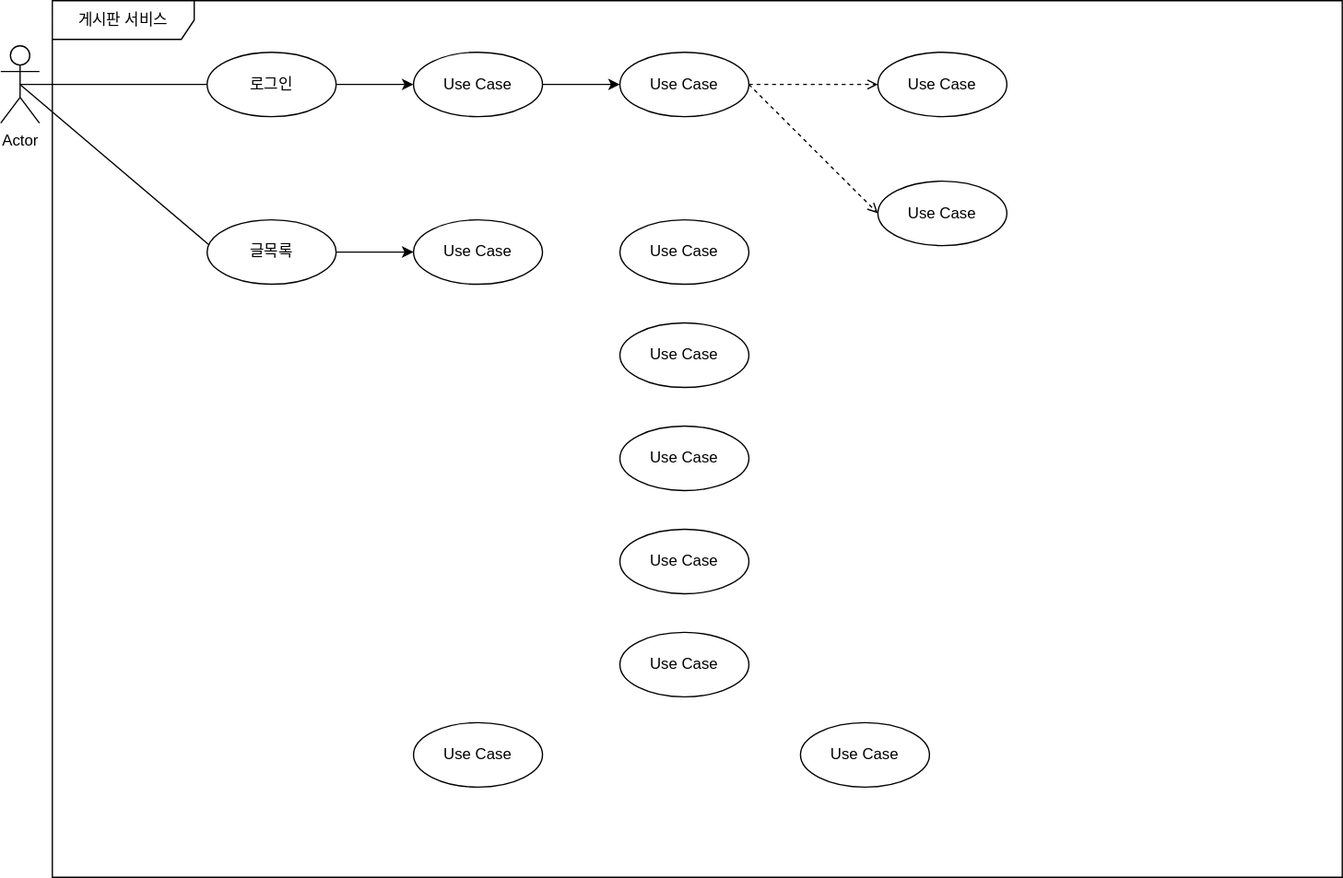
Earlier version of the draw.io export JBoard1/게시판 유스케이스.svg (Hongscoding/JSP). Source tidied: cells renumbered, new cells last; positions are measured from the earlier drawing's top-left corner, leaving out a move shared by most shapes.
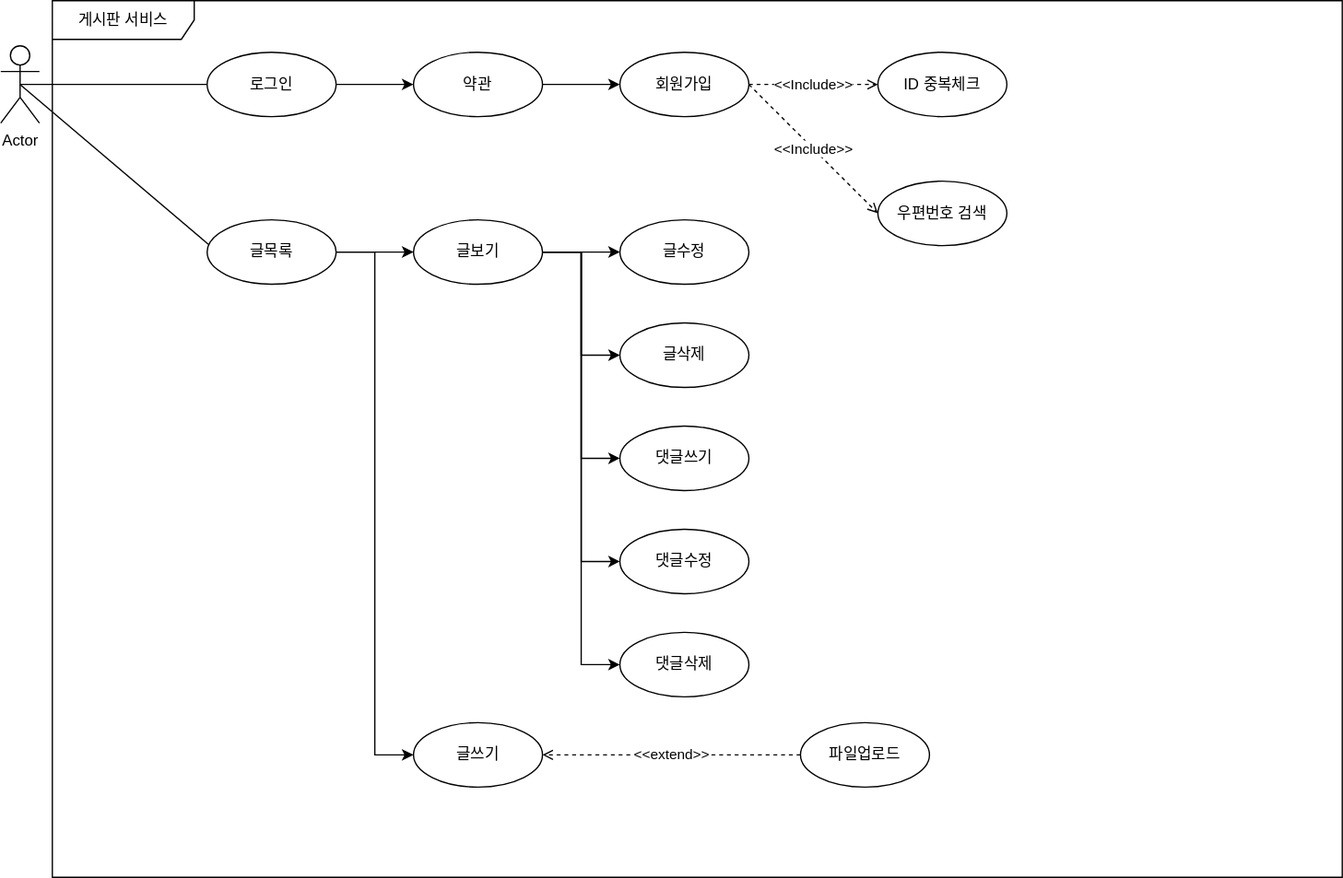
Later version of the same file.

Change to the diagram source:
```diff
@@ -23,52 +23,73 @@
     <mxCell id="8" style="edgeStyle=orthogonalEdgeStyle;rounded=0;jettySize=auto;html=1;exitX=1;exitY=0.5;exitDx=0;exitDy=0;entryX=0;entryY=0.5;entryDx=0;entryDy=0;endArrow=classic;endFill=1;" parent="1" edge="1" source="9" target="12">
       <mxGeometry relative="1" as="geometry" />
     </mxCell>
-    <mxCell id="9" value="Use Case" style="ellipse;whiteSpace=wrap;html=1;" parent="1" vertex="1">
+    <mxCell id="9" value="약관" style="ellipse;whiteSpace=wrap;html=1;" parent="1" vertex="1">
       <mxGeometry x="320" y="40" width="100" height="50" as="geometry" />
     </mxCell>
-    <mxCell id="10" style="edgeStyle=orthogonalEdgeStyle;rounded=0;jettySize=auto;html=1;exitX=1;exitY=0.5;exitDx=0;exitDy=0;entryX=0;entryY=0.5;entryDx=0;entryDy=0;endArrow=open;endFill=0;dashed=1;" parent="1" edge="1" source="12" target="13">
+    <mxCell id="10" value="&amp;lt;&amp;lt;Include&amp;gt;&amp;gt;" style="edgeStyle=orthogonalEdgeStyle;rounded=0;jettySize=auto;html=1;exitX=1;exitY=0.5;exitDx=0;exitDy=0;entryX=0;entryY=0.5;entryDx=0;entryDy=0;endArrow=open;endFill=0;dashed=1;" parent="1" edge="1" source="12" target="13">
       <mxGeometry relative="1" as="geometry" />
     </mxCell>
-    <mxCell id="11" style="rounded=0;jettySize=auto;html=1;exitX=1;exitY=0.5;exitDx=0;exitDy=0;entryX=0;entryY=0.5;entryDx=0;entryDy=0;endArrow=open;endFill=0;dashed=1;" parent="1" edge="1" source="12" target="14">
+    <mxCell id="11" value="&amp;lt;&amp;lt;Include&amp;gt;&amp;gt;" style="rounded=0;jettySize=auto;html=1;exitX=1;exitY=0.5;exitDx=0;exitDy=0;entryX=0;entryY=0.5;entryDx=0;entryDy=0;endArrow=open;endFill=0;dashed=1;" parent="1" edge="1" source="12" target="14">
       <mxGeometry relative="1" as="geometry" />
     </mxCell>
-    <mxCell id="12" value="Use Case" style="ellipse;whiteSpace=wrap;html=1;" parent="1" vertex="1">
+    <mxCell id="12" value="회원가입" style="ellipse;whiteSpace=wrap;html=1;" parent="1" vertex="1">
       <mxGeometry x="480" y="40" width="100" height="50" as="geometry" />
     </mxCell>
-    <mxCell id="13" value="Use Case" style="ellipse;whiteSpace=wrap;html=1;" parent="1" vertex="1">
+    <mxCell id="13" value="ID 중복체크" style="ellipse;whiteSpace=wrap;html=1;" parent="1" vertex="1">
       <mxGeometry x="680" y="40" width="100" height="50" as="geometry" />
     </mxCell>
-    <mxCell id="14" value="Use Case" style="ellipse;whiteSpace=wrap;html=1;" parent="1" vertex="1">
+    <mxCell id="14" value="우편번호 검색" style="ellipse;whiteSpace=wrap;html=1;" parent="1" vertex="1">
       <mxGeometry x="680" y="140" width="100" height="50" as="geometry" />
     </mxCell>
-    <mxCell id="15" value="Use Case" style="ellipse;whiteSpace=wrap;html=1;" parent="1" vertex="1">
+    <mxCell id="15" value="댓글삭제" style="ellipse;whiteSpace=wrap;html=1;" parent="1" vertex="1">
       <mxGeometry x="480" y="490" width="100" height="50" as="geometry" />
     </mxCell>
-    <mxCell id="16" value="Use Case" style="ellipse;whiteSpace=wrap;html=1;" parent="1" vertex="1">
+    <mxCell id="16" value="글쓰기" style="ellipse;whiteSpace=wrap;html=1;" parent="1" vertex="1">
       <mxGeometry x="320" y="560" width="100" height="50" as="geometry" />
     </mxCell>
+    <mxCell id="25" value="&amp;lt;&amp;lt;extend&amp;gt;&amp;gt;" style="edgeStyle=orthogonalEdgeStyle;rounded=0;jettySize=auto;html=1;exitX=0;exitY=0.5;exitDx=0;exitDy=0;entryX=1;entryY=0.5;entryDx=0;entryDy=0;endArrow=open;endFill=0;dashed=1;" parent="1" edge="1" source="17" target="16">
+      <mxGeometry relative="1" as="geometry" />
+    </mxCell>
-    <mxCell id="17" value="Use Case" style="ellipse;whiteSpace=wrap;html=1;" parent="1" vertex="1">
+    <mxCell id="17" value="파일업로드" style="ellipse;whiteSpace=wrap;html=1;" parent="1" vertex="1">
       <mxGeometry x="620" y="560" width="100" height="50" as="geometry" />
     </mxCell>
     <mxCell id="18" style="edgeStyle=none;rounded=0;jettySize=auto;html=1;exitX=1;exitY=0.5;exitDx=0;exitDy=0;entryX=0;entryY=0.5;entryDx=0;entryDy=0;endArrow=classic;endFill=1;" parent="1" edge="1" source="19" target="20">
       <mxGeometry relative="1" as="geometry" />
     </mxCell>
+    <mxCell id="26" style="edgeStyle=orthogonalEdgeStyle;rounded=0;jettySize=auto;html=1;exitX=1;exitY=0.5;exitDx=0;exitDy=0;entryX=0;entryY=0.5;entryDx=0;entryDy=0;endArrow=classic;endFill=1;" parent="1" edge="1" source="19" target="16">
+      <mxGeometry relative="1" as="geometry" />
+    </mxCell>
     <mxCell id="19" value="글목록" style="ellipse;whiteSpace=wrap;html=1;" parent="1" vertex="1">
       <mxGeometry x="160" y="170" width="100" height="50" as="geometry" />
     </mxCell>
+    <mxCell id="27" style="edgeStyle=none;rounded=0;jettySize=auto;html=1;exitX=1;exitY=0.5;exitDx=0;exitDy=0;entryX=0;entryY=0.5;entryDx=0;entryDy=0;endArrow=classic;endFill=1;" parent="1" edge="1" source="20" target="21">
+      <mxGeometry relative="1" as="geometry" />
+    </mxCell>
+    <mxCell id="28" style="edgeStyle=orthogonalEdgeStyle;rounded=0;jettySize=auto;html=1;exitX=1;exitY=0.5;exitDx=0;exitDy=0;entryX=0;entryY=0.5;entryDx=0;entryDy=0;endArrow=classic;endFill=1;" parent="1" edge="1" source="20" target="22">
+      <mxGeometry relative="1" as="geometry" />
+    </mxCell>
+    <mxCell id="29" style="edgeStyle=orthogonalEdgeStyle;rounded=0;jettySize=auto;html=1;exitX=1;exitY=0.5;exitDx=0;exitDy=0;entryX=0;entryY=0.5;entryDx=0;entryDy=0;endArrow=classic;endFill=1;" parent="1" edge="1" source="20" target="23">
+      <mxGeometry relative="1" as="geometry" />
+    </mxCell>
+    <mxCell id="30" style="edgeStyle=orthogonalEdgeStyle;rounded=0;jettySize=auto;html=1;exitX=1;exitY=0.5;exitDx=0;exitDy=0;entryX=0;entryY=0.5;entryDx=0;entryDy=0;endArrow=classic;endFill=1;" parent="1" edge="1" source="20" target="24">
+      <mxGeometry relative="1" as="geometry" />
+    </mxCell>
+    <mxCell id="31" style="edgeStyle=orthogonalEdgeStyle;rounded=0;jettySize=auto;html=1;exitX=1;exitY=0.5;exitDx=0;exitDy=0;entryX=0;entryY=0.5;entryDx=0;entryDy=0;endArrow=classic;endFill=1;" parent="1" edge="1" source="20" target="15">
+      <mxGeometry relative="1" as="geometry" />
+    </mxCell>
-    <mxCell id="20" value="Use Case" style="ellipse;whiteSpace=wrap;html=1;" parent="1" vertex="1">
+    <mxCell id="20" value="글보기" style="ellipse;whiteSpace=wrap;html=1;" parent="1" vertex="1">
       <mxGeometry x="320" y="170" width="100" height="50" as="geometry" />
     </mxCell>
-    <mxCell id="21" value="Use Case" style="ellipse;whiteSpace=wrap;html=1;" parent="1" vertex="1">
+    <mxCell id="21" value="글수정" style="ellipse;whiteSpace=wrap;html=1;" parent="1" vertex="1">
       <mxGeometry x="480" y="170" width="100" height="50" as="geometry" />
     </mxCell>
-    <mxCell id="22" value="Use Case" style="ellipse;whiteSpace=wrap;html=1;" parent="1" vertex="1">
+    <mxCell id="22" value="글삭제" style="ellipse;whiteSpace=wrap;html=1;" parent="1" vertex="1">
       <mxGeometry x="480" y="250" width="100" height="50" as="geometry" />
     </mxCell>
-    <mxCell id="23" value="Use Case" style="ellipse;whiteSpace=wrap;html=1;" parent="1" vertex="1">
+    <mxCell id="23" value="댓글쓰기" style="ellipse;whiteSpace=wrap;html=1;" parent="1" vertex="1">
       <mxGeometry x="480" y="330" width="100" height="50" as="geometry" />
     </mxCell>
-    <mxCell id="24" value="Use Case" style="ellipse;whiteSpace=wrap;html=1;" parent="1" vertex="1">
+    <mxCell id="24" value="댓글수정" style="ellipse;whiteSpace=wrap;html=1;" parent="1" vertex="1">
       <mxGeometry x="480" y="410" width="100" height="50" as="geometry" />
     </mxCell>
   </root>
```
